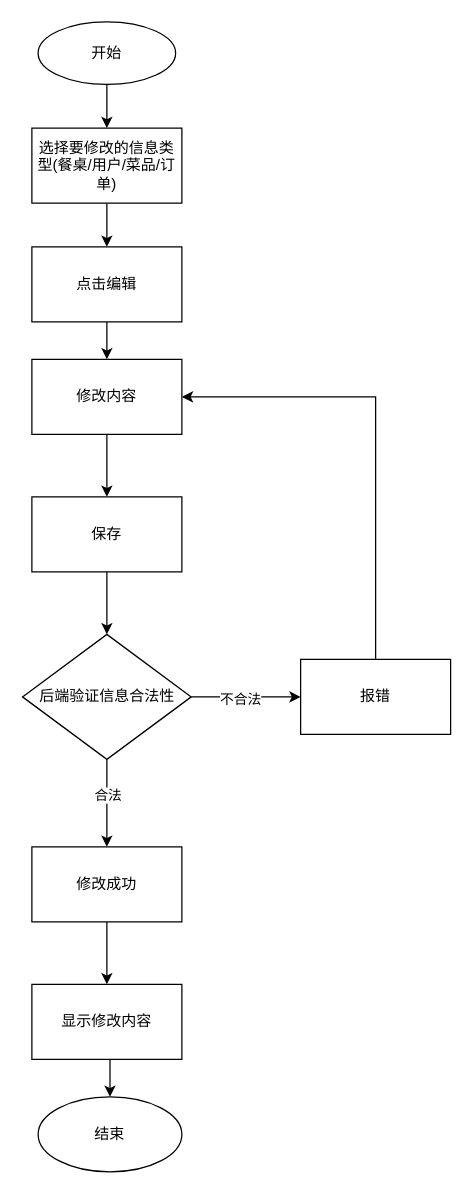
The draw.io diagram page "修改信息流程图" (4 of 18) of main.drawio in bzerozero7/test, before the edit. Source tidied: cells renumbered, new cells numbered last; positions are measured from the earlier drawing's top-left corner, leaving out a move shared by most shapes. Both pictures are drawn from the tidied source at 125%, with x=0, y=0 at pixel (22, 21).
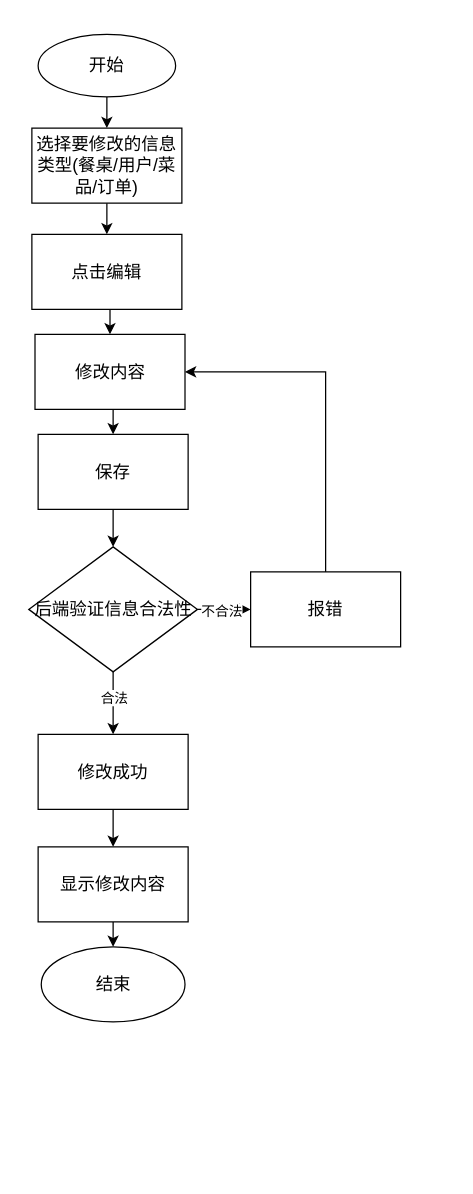
The same diagram, later.

Change to the diagram source:
```diff
@@
-    <mxCell id="3" value="开始" style="ellipse;whiteSpace=wrap;html=1;" parent="1" vertex="1">
-      <mxGeometry x="12" width="110" height="50" as="geometry" />
+    <mxCell id="3" value="&lt;font style=&quot;font-size: 14px;&quot;&gt;开始&lt;/font&gt;" style="ellipse;whiteSpace=wrap;html=1;" parent="1" vertex="1">
+      <mxGeometry x="12" y="10" width="110" height="50" as="geometry" />
     </mxCell>
@@
-    <mxCell id="5" value="选择要修改的信息类型(餐桌/用户/菜品/订单)" style="whiteSpace=wrap;html=1;" parent="1" vertex="1">
+    <mxCell id="5" value="&lt;font style=&quot;font-size: 14px;&quot;&gt;选择要修改的信息类型(餐桌/用户/菜品/订单)&lt;/font&gt;" style="whiteSpace=wrap;html=1;" parent="1" vertex="1">
       <mxGeometry x="7" y="85" width="120" height="60" as="geometry" />
     </mxCell>
@@
-    <mxCell id="7" value="点击编辑" style="whiteSpace=wrap;html=1;" parent="1" vertex="1">
-      <mxGeometry x="7" y="180" width="120" height="60" as="geometry" />
+    <mxCell id="7" value="&lt;font style=&quot;font-size: 14px;&quot;&gt;点击编辑&lt;/font&gt;" style="whiteSpace=wrap;html=1;" parent="1" vertex="1">
+      <mxGeometry x="7" y="170" width="120" height="60" as="geometry" />
     </mxCell>
@@
-    <mxCell id="9" value="保存" style="whiteSpace=wrap;html=1;" parent="1" vertex="1">
-      <mxGeometry x="7" y="380" width="120" height="60" as="geometry" />
+    <mxCell id="9" value="&lt;font style=&quot;font-size: 14px;&quot;&gt;保存&lt;/font&gt;" style="whiteSpace=wrap;html=1;" parent="1" vertex="1">
+      <mxGeometry x="12" y="330" width="120" height="60" as="geometry" />
     </mxCell>
@@
-    <mxCell id="14" value="后端验证信息合法性" style="rhombus;whiteSpace=wrap;html=1;" parent="1" vertex="1">
-      <mxGeometry x="-0.5" y="490" width="135" height="100" as="geometry" />
+    <mxCell id="14" value="&lt;font style=&quot;font-size: 14px;&quot;&gt;后端验证信息合法性&lt;/font&gt;" style="rhombus;whiteSpace=wrap;html=1;" parent="1" vertex="1">
+      <mxGeometry x="4.5" y="420" width="135" height="100" as="geometry" />
     </mxCell>
@@
-    <mxCell id="16" value="修改成功" style="whiteSpace=wrap;html=1;" parent="1" vertex="1">
-      <mxGeometry x="7" y="660" width="120" height="60" as="geometry" />
+    <mxCell id="16" value="&lt;font style=&quot;font-size: 14px;&quot;&gt;修改成功&lt;/font&gt;" style="whiteSpace=wrap;html=1;" parent="1" vertex="1">
+      <mxGeometry x="12" y="570" width="120" height="60" as="geometry" />
     </mxCell>
@@
-    <mxCell id="18" value="报错" style="whiteSpace=wrap;html=1;" parent="1" vertex="1">
-      <mxGeometry x="222" y="510" width="120" height="60" as="geometry" />
+    <mxCell id="18" value="&lt;font style=&quot;font-size: 14px;&quot;&gt;报错&lt;/font&gt;" style="whiteSpace=wrap;html=1;" parent="1" vertex="1">
+      <mxGeometry x="182" y="440" width="120" height="60" as="geometry" />
     </mxCell>
@@
-    <mxCell id="20" value="修改内容" style="whiteSpace=wrap;html=1;" parent="1" vertex="1">
-      <mxGeometry x="7" y="270" width="120" height="60" as="geometry" />
+    <mxCell id="20" value="&lt;font style=&quot;font-size: 14px;&quot;&gt;修改内容&lt;/font&gt;" style="whiteSpace=wrap;html=1;" parent="1" vertex="1">
+      <mxGeometry x="9.5" y="250" width="120" height="60" as="geometry" />
     </mxCell>
@@
-    <mxCell id="22" value="显示修改内容" style="whiteSpace=wrap;html=1;" parent="1" vertex="1">
-      <mxGeometry x="7" y="770" width="120" height="60" as="geometry" />
+    <mxCell id="22" value="&lt;font style=&quot;font-size: 14px;&quot;&gt;显示修改内容&lt;/font&gt;" style="whiteSpace=wrap;html=1;" parent="1" vertex="1">
+      <mxGeometry x="12" y="660" width="120" height="60" as="geometry" />
     </mxCell>
-    <mxCell id="23" value="结束" style="ellipse;whiteSpace=wrap;html=1;" parent="1" vertex="1">
-      <mxGeometry x="12" y="860" width="115" height="60" as="geometry" />
+    <mxCell id="23" value="&lt;font style=&quot;font-size: 14px;&quot;&gt;结束&lt;/font&gt;" style="ellipse;whiteSpace=wrap;html=1;" parent="1" vertex="1">
+      <mxGeometry x="14.5" y="740" width="115" height="60" as="geometry" />
     </mxCell>
```
